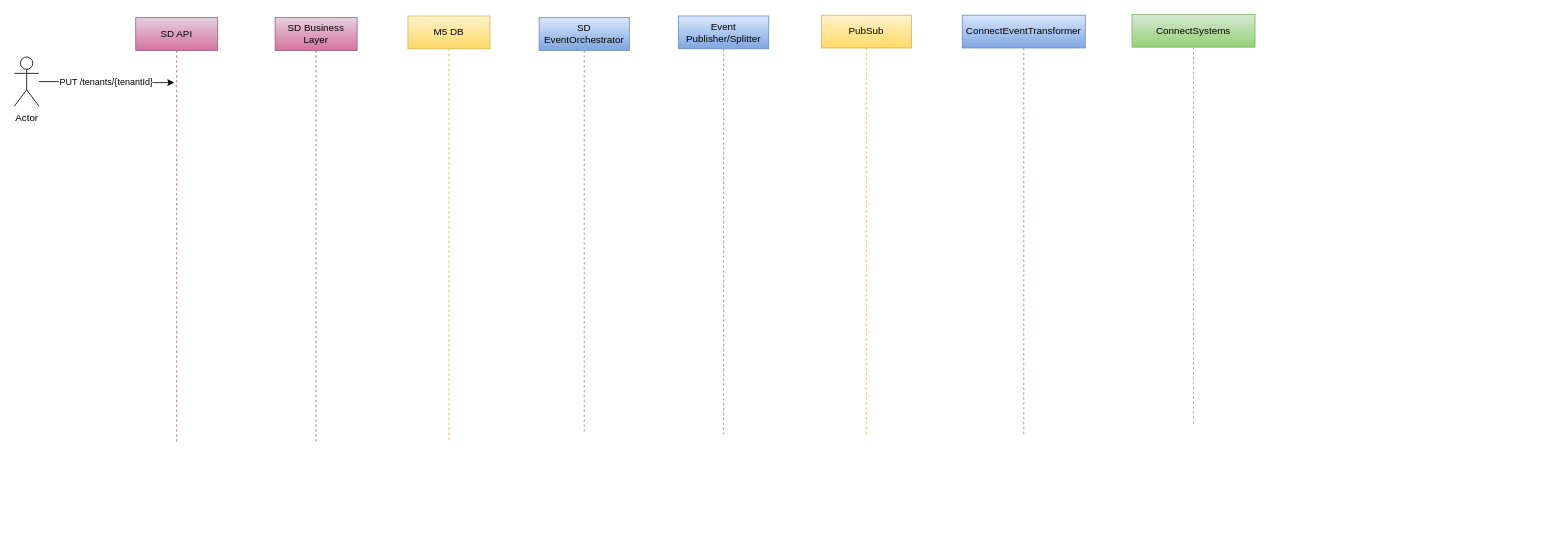
Earlier version of the draw.io diagram TenantSequence.drawio (srinivaspuranamhyd/arc-diagrams). Source tidied: cells renumbered, new cells numbered last; positions are measured from the earlier drawing's top-left corner, leaving out a move shared by most shapes. Both pictures are drawn from the tidied source at 82%, with x=0, y=0 at pixel (14, 14).
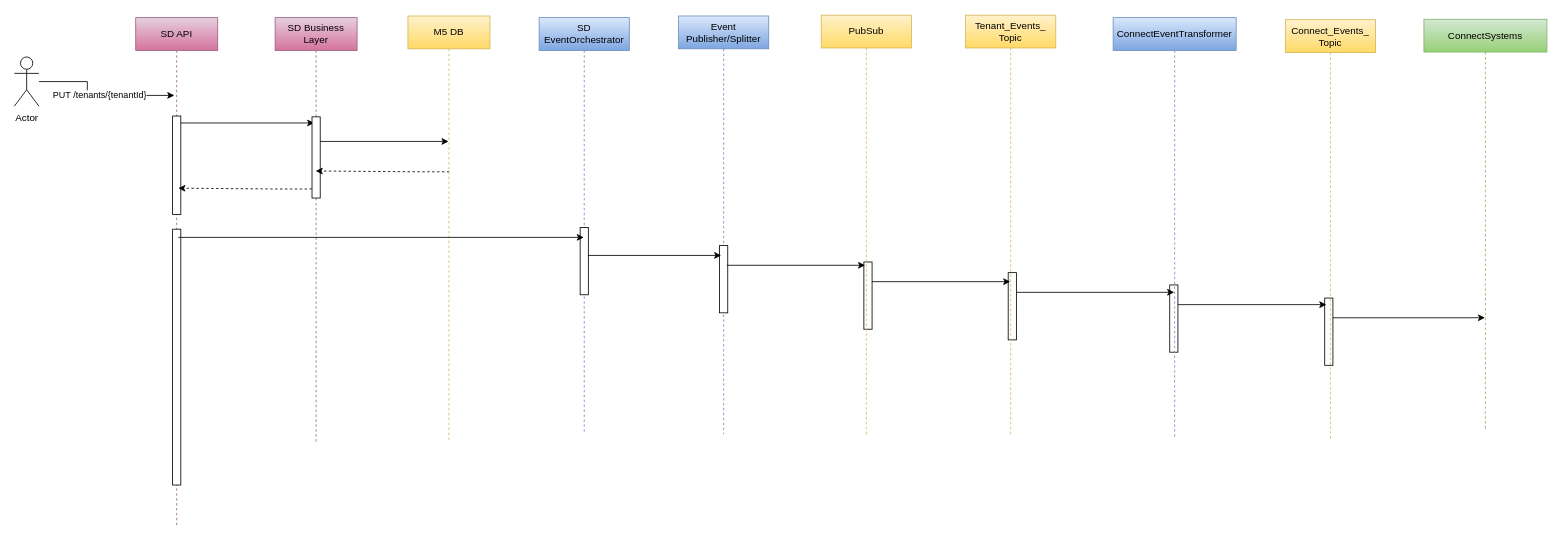
After the change.

Unchanged cells that the change refers to:
```xml
<mxCell id="3" value="SD Business Layer" style="shape=umlLifeline;perimeter=lifelinePerimeter;whiteSpace=wrap;html=1;outlineConnect=0;gradientColor=#d5739d;fillColor=#e6d0de;strokeColor=#996185;" parent="1" vertex="1">
  <mxGeometry x="318" y="4" width="100" height="518" as="geometry" />
</mxCell>
<mxCell id="4" value="SD EventOrchestrator" style="shape=umlLifeline;perimeter=lifelinePerimeter;whiteSpace=wrap;html=1;outlineConnect=0;gradientColor=#7ea6e0;fillColor=#dae8fc;strokeColor=#6c8ebf;" parent="1" vertex="1">
  <mxGeometry x="640" y="4" width="110" height="508" as="geometry" />
</mxCell>
<mxCell id="5" value="Event Publisher/Splitter" style="shape=umlLifeline;perimeter=lifelinePerimeter;whiteSpace=wrap;html=1;gradientColor=#7ea6e0;fillColor=#dae8fc;strokeColor=#6c8ebf;" parent="1" vertex="1">
  <mxGeometry x="810" y="2" width="110" height="510" as="geometry" />
</mxCell>
```

Change to the diagram source:
```diff
@@
+    <mxCell id="12" style="edgeStyle=orthogonalEdgeStyle;rounded=0;jettySize=auto;html=1;entryX=0.477;entryY=0.248;entryDx=0;entryDy=0;entryPerimeter=0;" parent="1" edge="1" source="2" target="3">
+      <mxGeometry relative="1" as="geometry">
+        <Array as="points">
+          <mxPoint x="240" y="132" />
+          <mxPoint x="240" y="132" />
+        </Array>
+      </mxGeometry>
+    </mxCell>
     <mxCell id="2" value="SD API" style="shape=umlLifeline;perimeter=lifelinePerimeter;whiteSpace=wrap;html=1;outlineConnect=0;gradientColor=#d5739d;fillColor=#e6d0de;strokeColor=#996185;" parent="1" vertex="1">
-      <mxGeometry x="148" y="4" width="100" height="518" as="geometry" />
+      <mxGeometry x="148" y="4" width="100" height="620" as="geometry" />
     </mxCell>
+    <mxCell id="13" style="html=1;perimeter=orthogonalPerimeter;" parent="2" vertex="1">
+      <mxGeometry x="45" y="120" width="10" height="120" as="geometry" />
+    </mxCell>
+    <mxCell id="14" style="html=1;perimeter=orthogonalPerimeter;" parent="2" vertex="1">
+      <mxGeometry x="45" y="258" width="10" height="312" as="geometry" />
+    </mxCell>
+    <mxCell id="15" style="edgeStyle=orthogonalEdgeStyle;rounded=0;orthogonalLoop=1;jettySize=auto;html=1;" parent="1" edge="1">
+      <mxGeometry relative="1" as="geometry">
+        <mxPoint x="367.5" y="156" as="sourcePoint" />
+        <mxPoint x="529.5" y="155" as="targetPoint" />
+        <Array as="points">
+          <mxPoint x="368" y="155" />
+        </Array>
+      </mxGeometry>
+    </mxCell>
@@
+    <mxCell id="16" style="html=1;perimeter=orthogonalPerimeter;" parent="3" vertex="1">
+      <mxGeometry x="45" y="121" width="10" height="99" as="geometry" />
+    </mxCell>
@@
+    <mxCell id="17" style="html=1;perimeter=orthogonalPerimeter;" parent="4" vertex="1">
+      <mxGeometry x="50" y="256" width="10" height="82" as="geometry" />
+    </mxCell>
@@
+    <mxCell id="18" style="html=1;perimeter=orthogonalPerimeter;" parent="5" vertex="1">
+      <mxGeometry x="50" y="280" width="10" height="82" as="geometry" />
+    </mxCell>
+    <mxCell id="19" style="html=1;perimeter=orthogonalPerimeter;" parent="5" vertex="1">
+      <mxGeometry x="226" y="300" width="10" height="82" as="geometry" />
+    </mxCell>
+    <mxCell id="20" style="html=1;perimeter=orthogonalPerimeter;" parent="5" vertex="1">
+      <mxGeometry x="402" y="313" width="10" height="82" as="geometry" />
+    </mxCell>
+    <mxCell id="21" style="html=1;perimeter=orthogonalPerimeter;" parent="5" vertex="1">
+      <mxGeometry x="599" y="328" width="10" height="82" as="geometry" />
+    </mxCell>
+    <mxCell id="22" style="html=1;perimeter=orthogonalPerimeter;" parent="5" vertex="1">
+      <mxGeometry x="788" y="344" width="10" height="82" as="geometry" />
+    </mxCell>
@@
     <mxCell id="7" value="ConnectEventTransformer" style="shape=umlLifeline;perimeter=lifelinePerimeter;whiteSpace=wrap;html=1;outlineConnect=0;gradientColor=#7ea6e0;fillColor=#dae8fc;strokeColor=#6c8ebf;" parent="1" vertex="1">
-      <mxGeometry x="1156" y="1" width="150" height="511" as="geometry" />
+      <mxGeometry x="1340" y="4" width="150" height="511" as="geometry" />
     </mxCell>
     <mxCell id="8" value="ConnectSystems" style="shape=umlLifeline;perimeter=lifelinePerimeter;whiteSpace=wrap;html=1;outlineConnect=0;gradientColor=#97d077;fillColor=#d5e8d4;strokeColor=#82b366;" parent="1" vertex="1">
-      <mxGeometry x="1363" width="150" height="502" as="geometry" />
+      <mxGeometry x="1719" y="6" width="150" height="502" as="geometry" />
     </mxCell>
+    <mxCell id="23" style="edgeStyle=orthogonalEdgeStyle;rounded=0;orthogonalLoop=1;jettySize=auto;html=1;dashed=1;" parent="1" edge="1">
+      <mxGeometry relative="1" as="geometry">
+        <mxPoint x="529.5" y="191" as="sourcePoint" />
+        <mxPoint x="367.5" y="191" as="targetPoint" />
+        <Array as="points">
+          <mxPoint x="490" y="192" />
+          <mxPoint x="490" y="192" />
+        </Array>
+      </mxGeometry>
+    </mxCell>
@@
+    <mxCell id="24" style="edgeStyle=orthogonalEdgeStyle;rounded=0;orthogonalLoop=1;jettySize=auto;html=1;dashed=1;" parent="1" edge="1">
+      <mxGeometry relative="1" as="geometry">
+        <mxPoint x="362" y="212" as="sourcePoint" />
+        <mxPoint x="200" y="212" as="targetPoint" />
+        <Array as="points">
+          <mxPoint x="322.5" y="213" />
+          <mxPoint x="322.5" y="213" />
+        </Array>
+      </mxGeometry>
+    </mxCell>
+    <mxCell id="25" style="edgeStyle=orthogonalEdgeStyle;rounded=0;jettySize=auto;html=1;" parent="1" edge="1" target="4">
+      <mxGeometry relative="1" as="geometry">
+        <mxPoint x="200" y="272" as="sourcePoint" />
+        <Array as="points">
+          <mxPoint x="580" y="272" />
+          <mxPoint x="580" y="272" />
+        </Array>
+      </mxGeometry>
+    </mxCell>
+    <mxCell id="26" style="edgeStyle=orthogonalEdgeStyle;rounded=0;orthogonalLoop=1;jettySize=auto;html=1;" parent="1" edge="1">
+      <mxGeometry relative="1" as="geometry">
+        <mxPoint x="700" y="295" as="sourcePoint" />
+        <mxPoint x="862" y="294" as="targetPoint" />
+        <Array as="points">
+          <mxPoint x="700.5" y="294" />
+        </Array>
+      </mxGeometry>
+    </mxCell>
+    <mxCell id="27" style="edgeStyle=orthogonalEdgeStyle;rounded=0;orthogonalLoop=1;jettySize=auto;html=1;" parent="1" edge="1">
+      <mxGeometry relative="1" as="geometry">
+        <mxPoint x="869" y="306" as="sourcePoint" />
+        <mxPoint x="1037.5" y="306" as="targetPoint" />
+        <Array as="points">
+          <mxPoint x="869" y="306" />
+        </Array>
+      </mxGeometry>
+    </mxCell>
+    <mxCell id="28" value="Tenant_Events_&lt;br&gt;Topic" style="shape=umlLifeline;perimeter=lifelinePerimeter;whiteSpace=wrap;html=1;gradientColor=#ffd966;fillColor=#fff2cc;strokeColor=#d6b656;" parent="1" vertex="1">
+      <mxGeometry x="1160" y="1" width="110" height="511" as="geometry" />
+    </mxCell>
+    <mxCell id="29" value="Connect_Events_&lt;br&gt;Topic" style="shape=umlLifeline;perimeter=lifelinePerimeter;whiteSpace=wrap;html=1;gradientColor=#ffd966;fillColor=#fff2cc;strokeColor=#d6b656;" parent="1" vertex="1">
+      <mxGeometry x="1550" y="6.5" width="110" height="511" as="geometry" />
+    </mxCell>
+    <mxCell id="30" style="edgeStyle=orthogonalEdgeStyle;rounded=0;orthogonalLoop=1;jettySize=auto;html=1;" parent="1" edge="1">
+      <mxGeometry relative="1" as="geometry">
+        <mxPoint x="1046" y="326" as="sourcePoint" />
+        <mxPoint x="1214.5" y="326" as="targetPoint" />
+        <Array as="points">
+          <mxPoint x="1046" y="326" />
+        </Array>
+      </mxGeometry>
+    </mxCell>
+    <mxCell id="31" style="edgeStyle=orthogonalEdgeStyle;rounded=0;jettySize=auto;html=1;" parent="1" edge="1" target="7">
+      <mxGeometry relative="1" as="geometry">
+        <mxPoint x="1222" y="339" as="sourcePoint" />
+        <Array as="points">
+          <mxPoint x="1350" y="339" />
+          <mxPoint x="1350" y="339" />
+        </Array>
+      </mxGeometry>
+    </mxCell>
+    <mxCell id="32" style="edgeStyle=orthogonalEdgeStyle;rounded=0;orthogonalLoop=1;jettySize=auto;html=1;" parent="1" edge="1">
+      <mxGeometry relative="1" as="geometry">
+        <mxPoint x="1419" y="354" as="sourcePoint" />
+        <mxPoint x="1600" y="354" as="targetPoint" />
+        <Array as="points">
+          <mxPoint x="1547" y="354" />
+          <mxPoint x="1547" y="354" />
+        </Array>
+      </mxGeometry>
+    </mxCell>
+    <mxCell id="33" style="edgeStyle=orthogonalEdgeStyle;rounded=0;jettySize=auto;html=1;" parent="1" edge="1" target="8">
+      <mxGeometry relative="1" as="geometry">
+        <mxPoint x="1608" y="370" as="sourcePoint" />
+        <Array as="points">
+          <mxPoint x="1730" y="370" />
+          <mxPoint x="1730" y="370" />
+        </Array>
+      </mxGeometry>
+    </mxCell>
```
